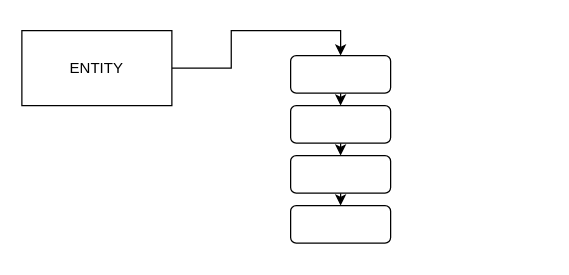
Above: ECS/Entity.drawio in PaperPrototype/flowchart-diagrams (draw.io), before the change. Source tidied: cells renumbered, new cells numbered last; positions are measured from the earlier drawing's top-left corner, leaving out a move shared by most shapes. Both pictures are drawn from the tidied source at 125%, with x=0, y=0 at pixel (21, 30).
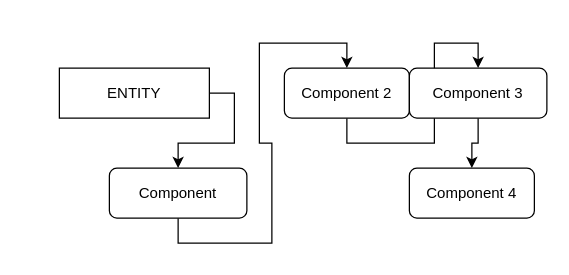
The same page after the edit.

What changed in the source:
```diff
@@
 <mxGraphModel>
   <root>
     <mxCell id="0" />
     <mxCell id="1" parent="0" />
     <mxCell id="2" style="edgeStyle=orthogonalEdgeStyle;rounded=0;jettySize=auto;html=1;exitX=1;exitY=0.5;exitDx=0;exitDy=0;entryX=0.5;entryY=0;entryDx=0;entryDy=0;" parent="1" edge="1" source="3" target="5">
       <mxGeometry relative="1" as="geometry" />
     </mxCell>
     <mxCell id="3" value="ENTITY" style="rounded=0;whiteSpace=wrap;html=1;" parent="1" vertex="1">
-      <mxGeometry width="120" height="60" as="geometry" />
+      <mxGeometry x="30" y="30" width="120" height="40" as="geometry" />
     </mxCell>
     <mxCell id="4" style="edgeStyle=orthogonalEdgeStyle;rounded=0;jettySize=auto;html=1;exitX=0.5;exitY=1;exitDx=0;exitDy=0;entryX=0.5;entryY=0;entryDx=0;entryDy=0;" parent="1" edge="1" source="5" target="7">
       <mxGeometry relative="1" as="geometry" />
     </mxCell>
-    <mxCell id="5" style="rounded=1;whiteSpace=wrap;html=1;" parent="1" vertex="1">
-      <mxGeometry x="215" y="20" width="80" height="30" as="geometry" />
+    <mxCell id="5" value="Component" style="rounded=1;whiteSpace=wrap;html=1;" parent="1" vertex="1">
+      <mxGeometry x="70" y="110" width="110" height="40" as="geometry" />
     </mxCell>
     <mxCell id="6" style="edgeStyle=orthogonalEdgeStyle;rounded=0;jettySize=auto;html=1;exitX=0.5;exitY=1;exitDx=0;exitDy=0;entryX=0.5;entryY=0;entryDx=0;entryDy=0;" parent="1" edge="1" source="7" target="9">
       <mxGeometry relative="1" as="geometry" />
     </mxCell>
-    <mxCell id="7" style="rounded=1;whiteSpace=wrap;html=1;" parent="1" vertex="1">
-      <mxGeometry x="215" y="60" width="80" height="30" as="geometry" />
+    <mxCell id="7" value="Component 2" style="rounded=1;whiteSpace=wrap;html=1;" parent="1" vertex="1">
+      <mxGeometry x="210" y="30" width="100" height="40" as="geometry" />
     </mxCell>
     <mxCell id="8" style="edgeStyle=orthogonalEdgeStyle;rounded=0;jettySize=auto;html=1;exitX=0.5;exitY=1;exitDx=0;exitDy=0;entryX=0.5;entryY=0;entryDx=0;entryDy=0;" parent="1" edge="1" source="9" target="10">
       <mxGeometry relative="1" as="geometry" />
     </mxCell>
-    <mxCell id="9" style="rounded=1;whiteSpace=wrap;html=1;" parent="1" vertex="1">
-      <mxGeometry x="215" y="100" width="80" height="30" as="geometry" />
+    <mxCell id="9" value="Component 3" style="rounded=1;whiteSpace=wrap;html=1;" parent="1" vertex="1">
+      <mxGeometry x="310" y="30" width="110" height="40" as="geometry" />
     </mxCell>
-    <mxCell id="10" style="rounded=1;whiteSpace=wrap;html=1;" parent="1" vertex="1">
-      <mxGeometry x="215" y="140" width="80" height="30" as="geometry" />
+    <mxCell id="10" value="Component 4" style="rounded=1;whiteSpace=wrap;html=1;" parent="1" vertex="1">
+      <mxGeometry x="310" y="110" width="100" height="40" as="geometry" />
     </mxCell>
   </root>
 </mxGraphModel>
```
